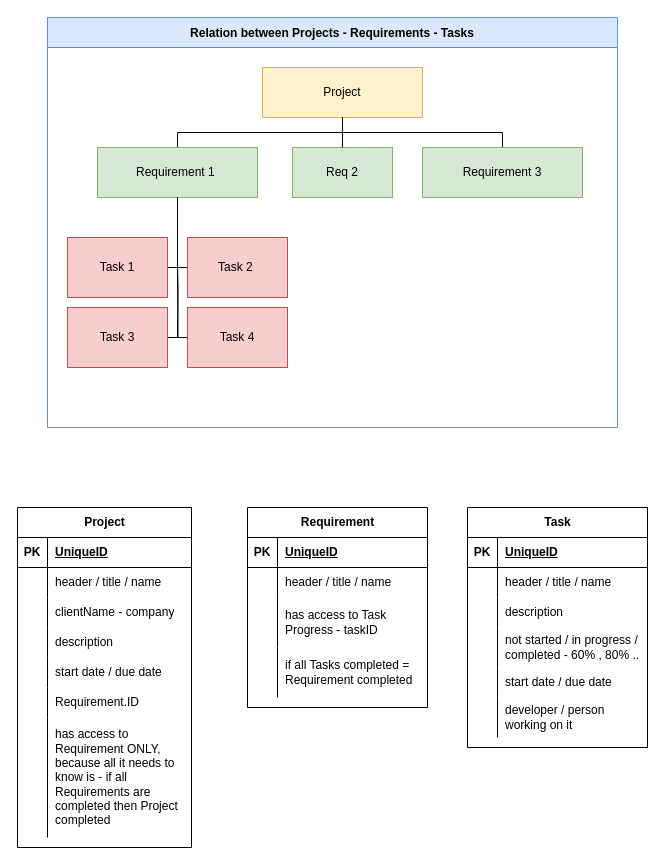
The draw.io diagram Draw Design For Project Management App.drawio in stefand2003/Project-Management-App, before the edit. Source tidied: cells renumbered, new cells numbered last; positions are measured from the earlier drawing's top-left corner, leaving out a move shared by most shapes. Both pictures are drawn from the tidied source at 100%, with x=0, y=0 at pixel (17, 17).
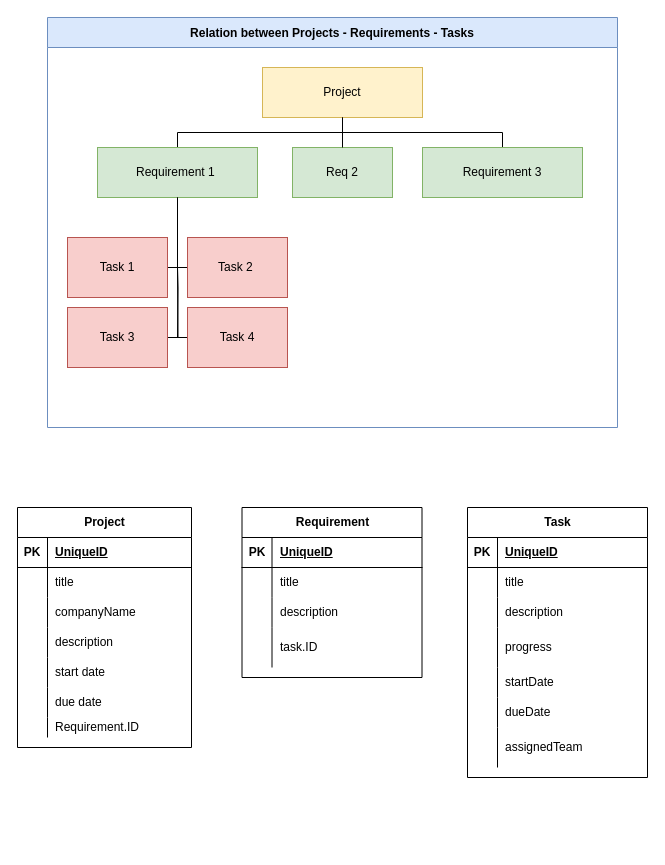
The same diagram, later.

Unchanged cells that the change refers to:
```xml
<mxCell id="22" style="shape=tableRow;horizontal=0;startSize=0;swimlaneHead=0;swimlaneBody=0;fillColor=none;top=0;left=0;right=0;bottom=0;" parent="18" vertex="1">
  <mxGeometry y="60" width="174" height="30" as="geometry" />
</mxCell>
<mxCell id="25" style="shape=tableRow;horizontal=0;startSize=0;swimlaneHead=0;swimlaneBody=0;fillColor=none;top=0;left=0;right=0;bottom=0;" parent="18" vertex="1">
  <mxGeometry y="90" width="174" height="30" as="geometry" />
</mxCell>
<mxCell id="31" style="shape=tableRow;horizontal=0;startSize=0;swimlaneHead=0;swimlaneBody=0;fillColor=none;top=0;left=0;right=0;bottom=0;" parent="18" vertex="1">
  <mxGeometry y="150" width="174" height="30" as="geometry" />
</mxCell>
<mxCell id="34" style="shape=tableRow;horizontal=0;startSize=0;swimlaneHead=0;swimlaneBody=0;fillColor=none;top=0;left=0;right=0;bottom=0;" parent="18" vertex="1">
  <mxGeometry y="180" width="174" height="30" as="geometry" />
</mxCell>
<mxCell id="44" style="shape=tableRow;horizontal=0;startSize=0;swimlaneHead=0;swimlaneBody=0;fillColor=none;top=0;left=0;right=0;bottom=0;" parent="40" vertex="1">
  <mxGeometry y="60" width="180" height="30" as="geometry" />
</mxCell>
<mxCell id="57" style="shape=tableRow;horizontal=0;startSize=0;swimlaneHead=0;swimlaneBody=0;fillColor=none;top=0;left=0;right=0;bottom=0;" parent="53" vertex="1">
  <mxGeometry y="60" width="180" height="30" as="geometry" />
</mxCell>
<mxCell id="63" style="shape=tableRow;horizontal=0;startSize=0;swimlaneHead=0;swimlaneBody=0;fillColor=none;top=0;left=0;right=0;bottom=0;" parent="53" vertex="1">
  <mxGeometry y="120" width="180" height="40" as="geometry" />
</mxCell>
<mxCell id="66" style="shape=tableRow;horizontal=0;startSize=0;swimlaneHead=0;swimlaneBody=0;fillColor=none;top=0;left=0;right=0;bottom=0;" parent="53" vertex="1">
  <mxGeometry y="160" width="180" height="30" as="geometry" />
</mxCell>
```

Diff of the diagram source:
```diff
@@
     <mxCell id="18" value="Project" style="shape=table;startSize=30;childLayout=tableLayout;rowLines=0;fontStyle=1;align=center;html=1;" parent="1" vertex="1">
-      <mxGeometry y="490" width="174" height="340" as="geometry" />
+      <mxGeometry y="490" width="174" height="240" as="geometry" />
     </mxCell>
@@
-    <mxCell id="24" value="header / title / name&amp;nbsp;" style="shape=partialRectangle;fillColor=none;top=0;left=0;bottom=0;right=0;align=left;spacingLeft=6;overflow=hidden;whiteSpace=wrap;html=1;" parent="22" vertex="1">
+    <mxCell id="24" value="title" style="shape=partialRectangle;fillColor=none;top=0;left=0;bottom=0;right=0;align=left;spacingLeft=6;overflow=hidden;whiteSpace=wrap;html=1;" parent="22" vertex="1">
       <mxGeometry x="30" width="144" height="30" as="geometry" />
     </mxCell>
@@
-    <mxCell id="27" value="clientName - company" style="shape=partialRectangle;fillColor=none;top=0;left=0;bottom=0;right=0;align=left;spacingLeft=6;overflow=hidden;whiteSpace=wrap;html=1;" parent="25" vertex="1">
+    <mxCell id="27" value="companyName" style="shape=partialRectangle;fillColor=none;top=0;left=0;bottom=0;right=0;align=left;spacingLeft=6;overflow=hidden;whiteSpace=wrap;html=1;" parent="25" vertex="1">
       <mxGeometry x="30" width="144" height="30" as="geometry" />
     </mxCell>
@@
-    <mxCell id="33" value="start date / due date" style="shape=partialRectangle;fillColor=none;top=0;left=0;bottom=0;right=0;align=left;spacingLeft=6;overflow=hidden;whiteSpace=wrap;html=1;" parent="31" vertex="1">
+    <mxCell id="33" value="start date" style="shape=partialRectangle;fillColor=none;top=0;left=0;bottom=0;right=0;align=left;spacingLeft=6;overflow=hidden;whiteSpace=wrap;html=1;" parent="31" vertex="1">
       <mxGeometry x="30" width="144" height="30" as="geometry" />
     </mxCell>
@@
-    <mxCell id="36" value="Requirement.ID" style="shape=partialRectangle;fillColor=none;top=0;left=0;bottom=0;right=0;align=left;spacingLeft=6;overflow=hidden;whiteSpace=wrap;html=1;" parent="34" vertex="1">
+    <mxCell id="36" value="due date" style="shape=partialRectangle;fillColor=none;top=0;left=0;bottom=0;right=0;align=left;spacingLeft=6;overflow=hidden;whiteSpace=wrap;html=1;" parent="34" vertex="1">
       <mxGeometry x="30" width="144" height="30" as="geometry" />
     </mxCell>
     <mxCell id="37" style="shape=tableRow;horizontal=0;startSize=0;swimlaneHead=0;swimlaneBody=0;fillColor=none;top=0;left=0;right=0;bottom=0;" parent="18" vertex="1">
-      <mxGeometry y="210" width="174" height="120" as="geometry" />
+      <mxGeometry y="210" width="174" height="20" as="geometry" />
     </mxCell>
     <mxCell id="38" style="shape=partialRectangle;fillColor=none;top=0;left=0;bottom=0;right=0;overflow=hidden;whiteSpace=wrap;html=1;" parent="37" vertex="1">
-      <mxGeometry width="30" height="120" as="geometry" />
+      <mxGeometry width="30" height="20" as="geometry" />
     </mxCell>
-    <mxCell id="39" value="has access to Requirement ONLY, because all it needs to know is - if all Requirements are completed then Project completed" style="shape=partialRectangle;fillColor=none;top=0;left=0;bottom=0;right=0;align=left;spacingLeft=6;overflow=hidden;whiteSpace=wrap;html=1;" parent="37" vertex="1">
-      <mxGeometry x="30" width="144" height="120" as="geometry" />
+    <mxCell id="39" value="Requirement.ID" style="shape=partialRectangle;fillColor=none;top=0;left=0;bottom=0;right=0;align=left;spacingLeft=6;overflow=hidden;whiteSpace=wrap;html=1;" parent="37" vertex="1">
+      <mxGeometry x="30" width="144" height="20" as="geometry" />
     </mxCell>
     <mxCell id="40" value="Requirement" style="shape=table;startSize=30;childLayout=tableLayout;rowLines=0;fontStyle=1;align=center;html=1;" parent="1" vertex="1">
-      <mxGeometry x="230" y="490" width="180" height="200" as="geometry" />
+      <mxGeometry x="224.5" y="490" width="180" height="170" as="geometry" />
     </mxCell>
@@
-    <mxCell id="46" value="header / title / name" style="shape=partialRectangle;fillColor=none;top=0;left=0;bottom=0;right=0;align=left;spacingLeft=6;overflow=hidden;whiteSpace=wrap;html=1;" parent="44" vertex="1">
+    <mxCell id="46" value="title" style="shape=partialRectangle;fillColor=none;top=0;left=0;bottom=0;right=0;align=left;spacingLeft=6;overflow=hidden;whiteSpace=wrap;html=1;" parent="44" vertex="1">
       <mxGeometry x="30" width="150" height="30" as="geometry" />
     </mxCell>
+    <mxCell id="72" style="shape=tableRow;horizontal=0;startSize=0;swimlaneHead=0;swimlaneBody=0;fillColor=none;top=0;left=0;right=0;bottom=0;" parent="40" vertex="1">
+      <mxGeometry y="90" width="180" height="30" as="geometry" />
+    </mxCell>
+    <mxCell id="73" style="shape=partialRectangle;fillColor=none;top=0;left=0;bottom=0;right=0;overflow=hidden;whiteSpace=wrap;html=1;" parent="72" vertex="1">
+      <mxGeometry width="30" height="30" as="geometry" />
+    </mxCell>
+    <mxCell id="74" value="description" style="shape=partialRectangle;fillColor=none;top=0;left=0;bottom=0;right=0;align=left;spacingLeft=6;overflow=hidden;whiteSpace=wrap;html=1;" parent="72" vertex="1">
+      <mxGeometry x="30" width="150" height="30" as="geometry" />
+    </mxCell>
     <mxCell id="47" style="shape=tableRow;horizontal=0;startSize=0;swimlaneHead=0;swimlaneBody=0;fillColor=none;top=0;left=0;right=0;bottom=0;" parent="40" vertex="1">
-      <mxGeometry y="90" width="180" height="50" as="geometry" />
+      <mxGeometry y="120" width="180" height="40" as="geometry" />
     </mxCell>
     <mxCell id="48" style="shape=partialRectangle;fillColor=none;top=0;left=0;bottom=0;right=0;overflow=hidden;whiteSpace=wrap;html=1;" parent="47" vertex="1">
-      <mxGeometry width="30" height="50" as="geometry" />
+      <mxGeometry width="30" height="40" as="geometry" />
     </mxCell>
-    <mxCell id="49" value="has access to Task Progress - taskID" style="shape=partialRectangle;fillColor=none;top=0;left=0;bottom=0;right=0;align=left;spacingLeft=6;overflow=hidden;whiteSpace=wrap;html=1;" parent="47" vertex="1">
-      <mxGeometry x="30" width="150" height="50" as="geometry" />
+    <mxCell id="49" value="task.ID" style="shape=partialRectangle;fillColor=none;top=0;left=0;bottom=0;right=0;align=left;spacingLeft=6;overflow=hidden;whiteSpace=wrap;html=1;" parent="47" vertex="1">
+      <mxGeometry x="30" width="150" height="40" as="geometry" />
     </mxCell>
-    <mxCell id="50" style="shape=tableRow;horizontal=0;startSize=0;swimlaneHead=0;swimlaneBody=0;fillColor=none;top=0;left=0;right=0;bottom=0;" parent="40" vertex="1">
-      <mxGeometry y="140" width="180" height="50" as="geometry" />
-    </mxCell>
-    <mxCell id="51" style="shape=partialRectangle;fillColor=none;top=0;left=0;bottom=0;right=0;overflow=hidden;whiteSpace=wrap;html=1;" parent="50" vertex="1">
-      <mxGeometry width="30" height="50" as="geometry" />
-    </mxCell>
-    <mxCell id="52" value="if all Tasks completed = Requirement completed" style="shape=partialRectangle;fillColor=none;top=0;left=0;bottom=0;right=0;align=left;spacingLeft=6;overflow=hidden;whiteSpace=wrap;html=1;" parent="50" vertex="1">
-      <mxGeometry x="30" width="150" height="50" as="geometry" />
-    </mxCell>
     <mxCell id="53" value="Task" style="shape=table;startSize=30;childLayout=tableLayout;rowLines=0;fontStyle=1;align=center;html=1;" parent="1" vertex="1">
-      <mxGeometry x="450" y="490" width="180" height="240" as="geometry" />
+      <mxGeometry x="450" y="490" width="180" height="270" as="geometry" />
     </mxCell>
@@
-    <mxCell id="59" value="header / title / name&amp;nbsp;" style="shape=partialRectangle;fillColor=none;top=0;left=0;bottom=0;right=0;align=left;spacingLeft=6;overflow=hidden;whiteSpace=wrap;html=1;" parent="57" vertex="1">
+    <mxCell id="59" value="title" style="shape=partialRectangle;fillColor=none;top=0;left=0;bottom=0;right=0;align=left;spacingLeft=6;overflow=hidden;whiteSpace=wrap;html=1;" parent="57" vertex="1">
       <mxGeometry x="30" width="150" height="30" as="geometry" />
     </mxCell>
@@
-    <mxCell id="65" value="not started / in progress / completed - 60% , 80% .." style="shape=partialRectangle;fillColor=none;top=0;left=0;bottom=0;right=0;align=left;spacingLeft=6;overflow=hidden;whiteSpace=wrap;html=1;" parent="63" vertex="1">
+    <mxCell id="65" value="progress" style="shape=partialRectangle;fillColor=none;top=0;left=0;bottom=0;right=0;align=left;spacingLeft=6;overflow=hidden;whiteSpace=wrap;html=1;" parent="63" vertex="1">
       <mxGeometry x="30" width="150" height="40" as="geometry" />
     </mxCell>
@@
-    <mxCell id="68" value="start date / due date" style="shape=partialRectangle;fillColor=none;top=0;left=0;bottom=0;right=0;align=left;spacingLeft=6;overflow=hidden;whiteSpace=wrap;html=1;" parent="66" vertex="1">
+    <mxCell id="68" value="startDate" style="shape=partialRectangle;fillColor=none;top=0;left=0;bottom=0;right=0;align=left;spacingLeft=6;overflow=hidden;whiteSpace=wrap;html=1;" parent="66" vertex="1">
       <mxGeometry x="30" width="150" height="30" as="geometry" />
     </mxCell>
+    <mxCell id="75" style="shape=tableRow;horizontal=0;startSize=0;swimlaneHead=0;swimlaneBody=0;fillColor=none;top=0;left=0;right=0;bottom=0;" parent="53" vertex="1">
+      <mxGeometry y="190" width="180" height="30" as="geometry" />
+    </mxCell>
+    <mxCell id="76" style="shape=partialRectangle;fillColor=none;top=0;left=0;bottom=0;right=0;overflow=hidden;whiteSpace=wrap;html=1;" parent="75" vertex="1">
+      <mxGeometry width="30" height="30" as="geometry" />
+    </mxCell>
+    <mxCell id="77" value="dueDate" style="shape=partialRectangle;fillColor=none;top=0;left=0;bottom=0;right=0;align=left;spacingLeft=6;overflow=hidden;whiteSpace=wrap;html=1;" parent="75" vertex="1">
+      <mxGeometry x="30" width="150" height="30" as="geometry" />
+    </mxCell>
     <mxCell id="69" style="shape=tableRow;horizontal=0;startSize=0;swimlaneHead=0;swimlaneBody=0;fillColor=none;top=0;left=0;right=0;bottom=0;" parent="53" vertex="1">
-      <mxGeometry y="190" width="180" height="40" as="geometry" />
+      <mxGeometry y="220" width="180" height="40" as="geometry" />
     </mxCell>
@@
-    <mxCell id="71" value="developer / person&amp;nbsp; working on it&amp;nbsp;" style="shape=partialRectangle;fillColor=none;top=0;left=0;bottom=0;right=0;align=left;spacingLeft=6;overflow=hidden;whiteSpace=wrap;html=1;" parent="69" vertex="1">
+    <mxCell id="71" value="assignedTeam" style="shape=partialRectangle;fillColor=none;top=0;left=0;bottom=0;right=0;align=left;spacingLeft=6;overflow=hidden;whiteSpace=wrap;html=1;" parent="69" vertex="1">
       <mxGeometry x="30" width="150" height="40" as="geometry" />
     </mxCell>
```
